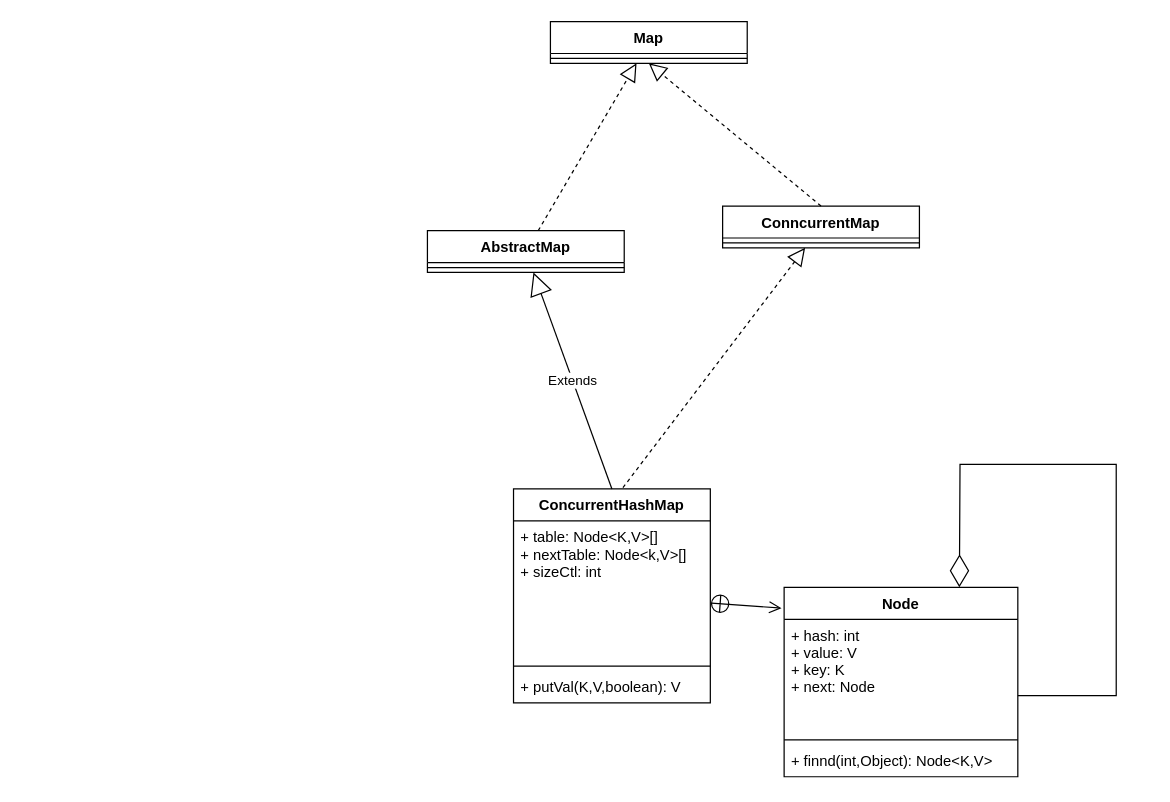
The draw.io diagram page "classDiagram" (1 of 3) of graphics/ConcurrentHashMap.drawio in xiaomingcong/learnAlgorithm, before the edit. Source tidied: cells renumbered, new cells numbered last; positions are measured from the earlier drawing's top-left corner, leaving out a move shared by most shapes. Both pictures are drawn from the tidied source at 123%, with x=0, y=0 at pixel (427, 21).
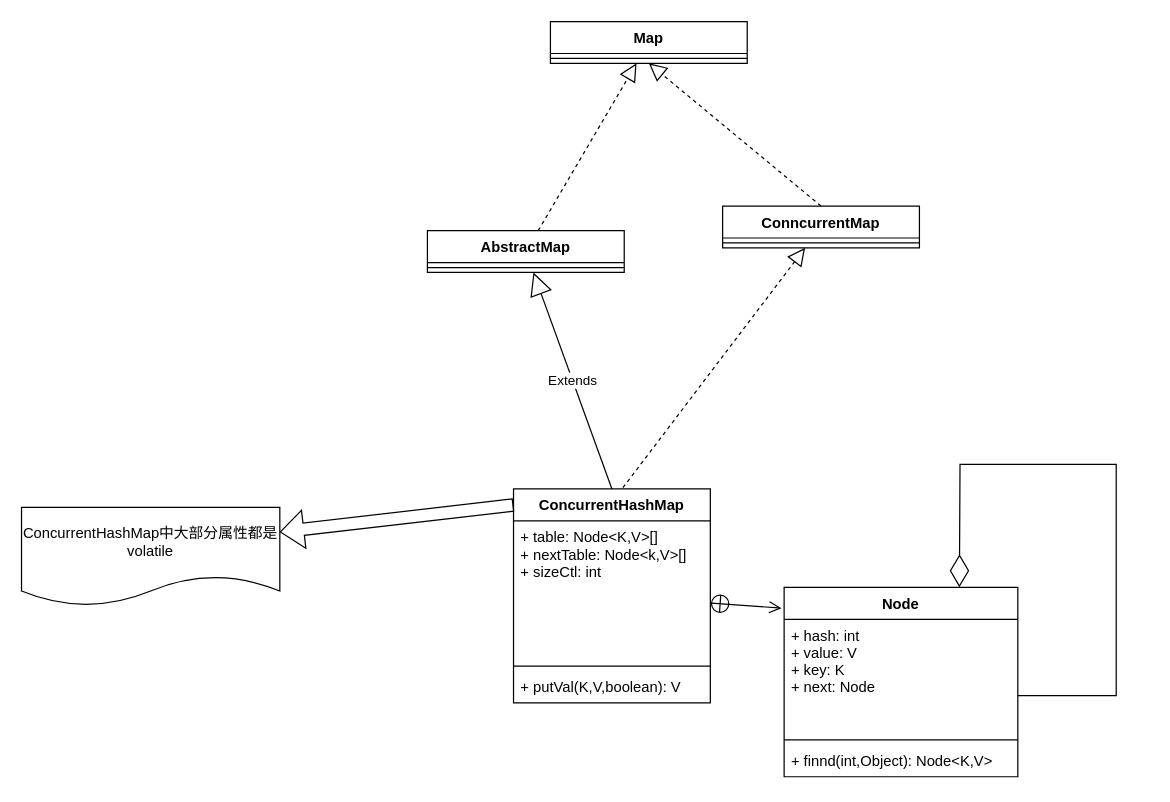
Above is the later version.

Unchanged cells that the change refers to:
```xml
<mxCell id="2" value="ConcurrentHashMap" style="swimlane;fontStyle=1;align=center;verticalAlign=top;horizontal=1;startSize=26;" parent="1" vertex="1">
  <mxGeometry x="70" y="380" width="160" height="174" as="geometry" />
</mxCell>
```

What changed in the source:
```diff
@@
+    <mxCell id="22" value="ConcurrentHashMap中大部分属性都是volatile" style="shape=document;whiteSpace=wrap;html=1;boundedLbl=1;" parent="1" vertex="1">
+      <mxGeometry x="-330" y="395" width="210" height="80" as="geometry" />
+    </mxCell>
+    <mxCell id="23" style="shape=flexArrow;endArrow=classic;html=1;rounded=0;entryX=1;entryY=0.25;entryDx=0;entryDy=0;exitX=0;exitY=0.075;exitDx=0;exitDy=0;exitPerimeter=0;" parent="1" edge="1" source="2" target="22">
+      <mxGeometry relative="1" as="geometry" />
+    </mxCell>
```
